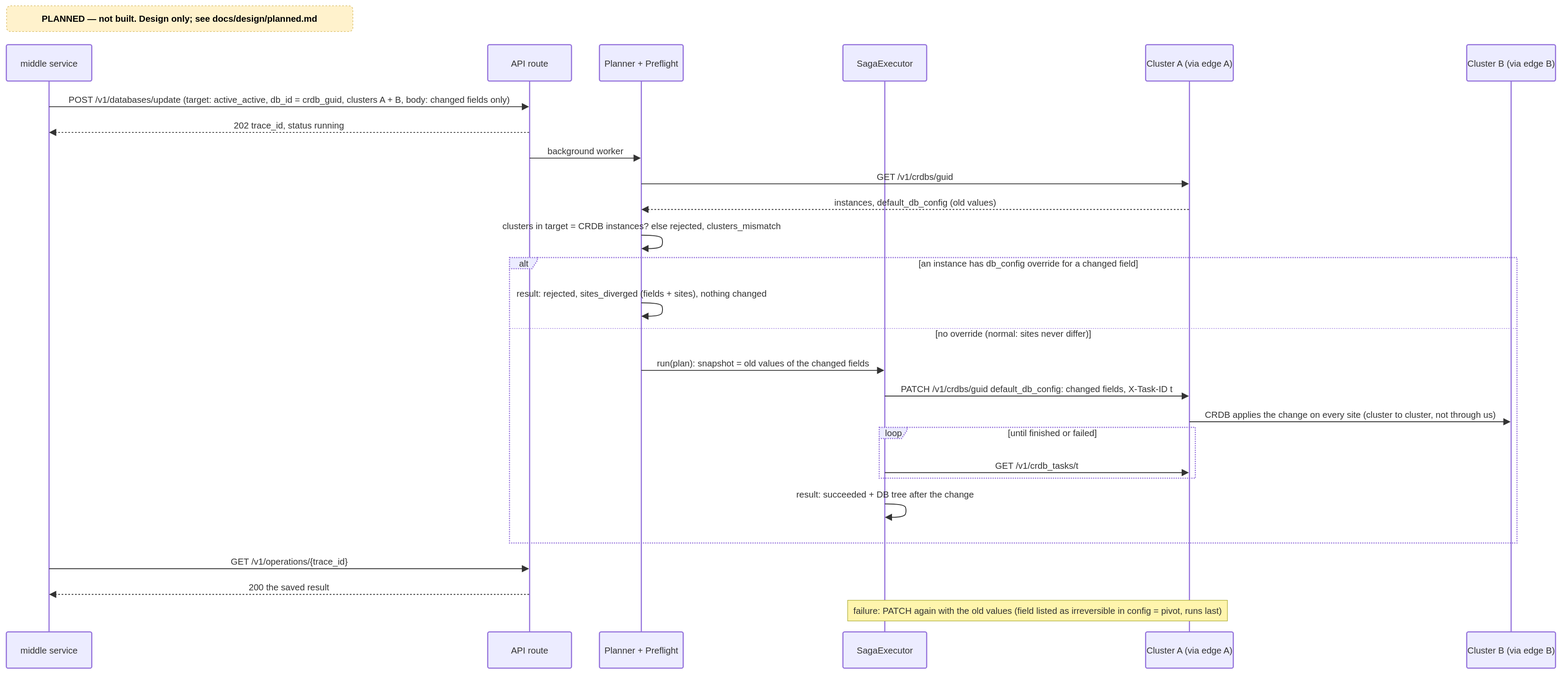
Before: docs/diagrams/planned/p5-seq-edit-active-active.drawio.svg, a diagram exported from draw.io (EliShteinman/redis-enterprise-services). Source tidied: cells renumbered, new cells last; positions are measured from the earlier drawing's top-left corner, leaving out a move shared by most shapes.
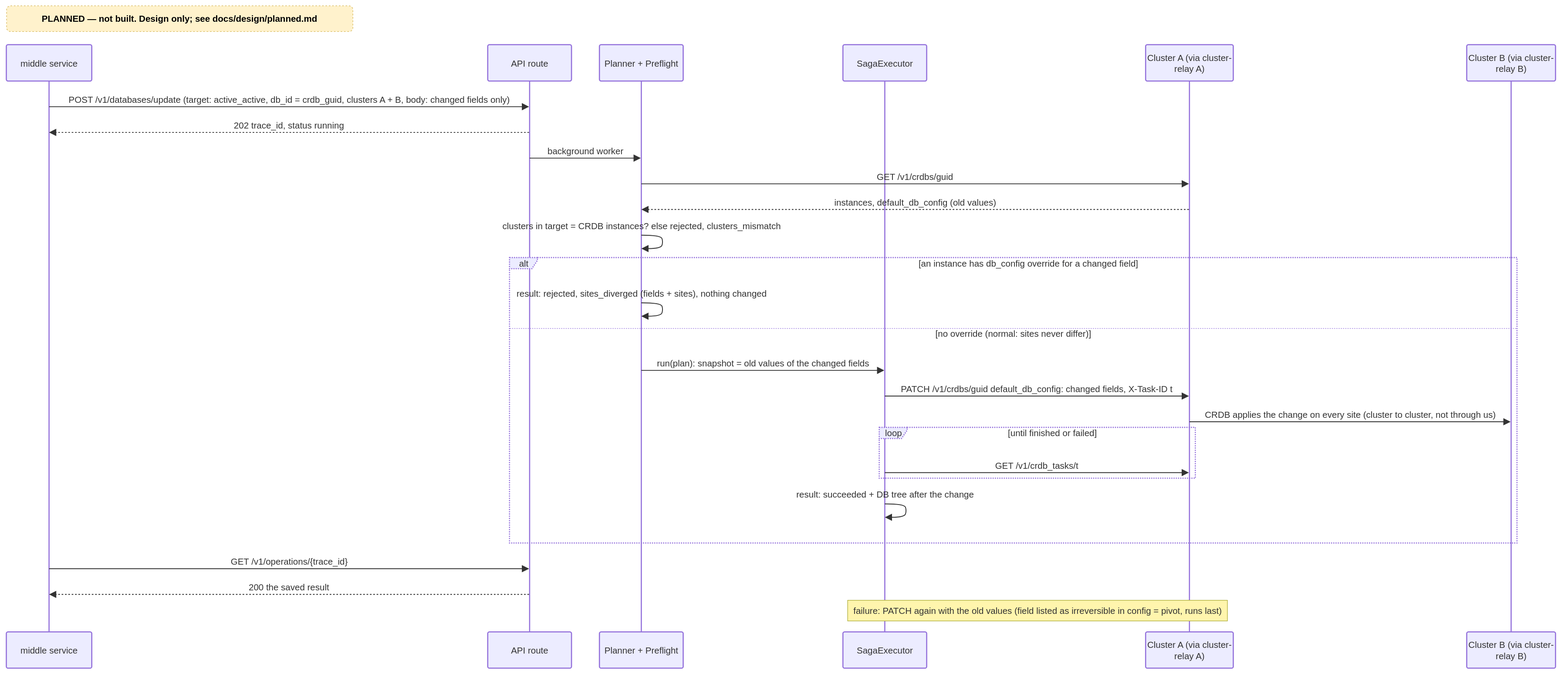
Later version of the same file.

Diff of the diagram source:
```diff
@@ -14,10 +14,10 @@
     <mxCell id="5" value="SagaExecutor" style="html=1;shape=umlLifeline;perimeter=lifelinePerimeter;whiteSpace=wrap;outlineConnect=0;portConstraint=eastwest;newEdgeStyle={&quot;edgeStyle&quot;:&quot;sequenceEdgeStyle&quot;,&quot;libavoidRouting&quot;:0,&quot;curved&quot;:0,&quot;rounded&quot;:0};lifelineDashed=0;strokeWidth=2;rounded=1;absoluteArcSize=1;arcSize=6;lifelineColor=light-dark(#9370DB,#cccccc);size=65;lifelineMirror=1;fillColor=light-dark(#ECECFF,#1f2020);strokeColor=light-dark(#9370DB,#cccccc);fontColor=light-dark(#333333,#cccccc);fontFamily=Trebuchet MS,Verdana,Arial,sans-serif;fontSize=16;" parent="1" vertex="1">
       <mxGeometry x="1498" y="70" width="150" height="1116" as="geometry" />
     </mxCell>
-    <mxCell id="6" value="Cluster A (via edge A)" style="html=1;shape=umlLifeline;perimeter=lifelinePerimeter;whiteSpace=wrap;outlineConnect=0;portConstraint=eastwest;newEdgeStyle={&quot;edgeStyle&quot;:&quot;sequenceEdgeStyle&quot;,&quot;libavoidRouting&quot;:0,&quot;curved&quot;:0,&quot;rounded&quot;:0};lifelineDashed=0;strokeWidth=2;rounded=1;absoluteArcSize=1;arcSize=6;lifelineColor=light-dark(#9370DB,#cccccc);size=65;lifelineMirror=1;fillColor=light-dark(#ECECFF,#1f2020);strokeColor=light-dark(#9370DB,#cccccc);fontColor=light-dark(#333333,#cccccc);fontFamily=Trebuchet MS,Verdana,Arial,sans-serif;fontSize=16;" parent="1" vertex="1">
+    <mxCell id="6" value="Cluster A (via cluster-relay A)" style="html=1;shape=umlLifeline;perimeter=lifelinePerimeter;whiteSpace=wrap;outlineConnect=0;portConstraint=eastwest;newEdgeStyle={&quot;edgeStyle&quot;:&quot;sequenceEdgeStyle&quot;,&quot;libavoidRouting&quot;:0,&quot;curved&quot;:0,&quot;rounded&quot;:0};lifelineDashed=0;strokeWidth=2;rounded=1;absoluteArcSize=1;arcSize=6;lifelineColor=light-dark(#9370DB,#cccccc);size=65;lifelineMirror=1;fillColor=light-dark(#ECECFF,#1f2020);strokeColor=light-dark(#9370DB,#cccccc);fontColor=light-dark(#333333,#cccccc);fontFamily=Trebuchet MS,Verdana,Arial,sans-serif;fontSize=16;" parent="1" vertex="1">
       <mxGeometry x="2040" y="70" width="157" height="1116" as="geometry" />
     </mxCell>
-    <mxCell id="7" value="Cluster B (via edge B)" style="html=1;shape=umlLifeline;perimeter=lifelinePerimeter;whiteSpace=wrap;outlineConnect=0;portConstraint=eastwest;newEdgeStyle={&quot;edgeStyle&quot;:&quot;sequenceEdgeStyle&quot;,&quot;libavoidRouting&quot;:0,&quot;curved&quot;:0,&quot;rounded&quot;:0};lifelineDashed=0;strokeWidth=2;rounded=1;absoluteArcSize=1;arcSize=6;lifelineColor=light-dark(#9370DB,#cccccc);size=65;lifelineMirror=1;fillColor=light-dark(#ECECFF,#1f2020);strokeColor=light-dark(#9370DB,#cccccc);fontColor=light-dark(#333333,#cccccc);fontFamily=Trebuchet MS,Verdana,Arial,sans-serif;fontSize=16;" parent="1" vertex="1">
+    <mxCell id="7" value="Cluster B (via cluster-relay B)" style="html=1;shape=umlLifeline;perimeter=lifelinePerimeter;whiteSpace=wrap;outlineConnect=0;portConstraint=eastwest;newEdgeStyle={&quot;edgeStyle&quot;:&quot;sequenceEdgeStyle&quot;,&quot;libavoidRouting&quot;:0,&quot;curved&quot;:0,&quot;rounded&quot;:0};lifelineDashed=0;strokeWidth=2;rounded=1;absoluteArcSize=1;arcSize=6;lifelineColor=light-dark(#9370DB,#cccccc);size=65;lifelineMirror=1;fillColor=light-dark(#ECECFF,#1f2020);strokeColor=light-dark(#9370DB,#cccccc);fontColor=light-dark(#333333,#cccccc);fontFamily=Trebuchet MS,Verdana,Arial,sans-serif;fontSize=16;" parent="1" vertex="1">
       <mxGeometry x="2615" y="70" width="159" height="1116" as="geometry" />
     </mxCell>
     <mxCell id="8" value="alt" style="html=1;shape=umlFrame;dashed=1;fixDash=1;dashPattern=2 2;strokeWidth=2;fillColor=light-dark(#ECECFF,#1f2020);strokeColor=light-dark(#9370DB,#cccccc);fontSize=16;align=center;verticalAlign=middle;fontFamily=Trebuchet MS,Verdana,Arial,sans-serif;fontColor=light-dark(#333333,#cccccc);height=20;width=50;" parent="1" vertex="1">
```
